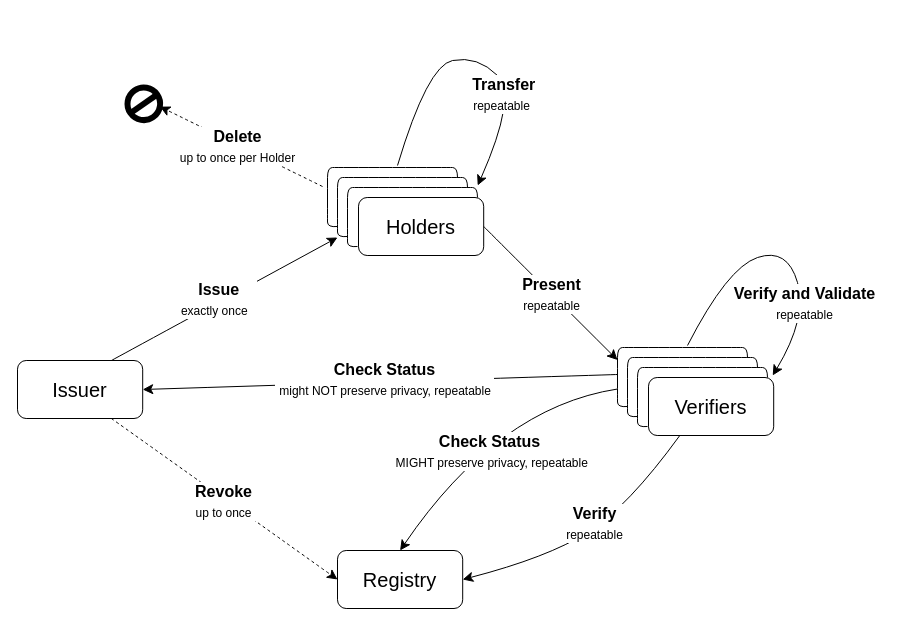
Earlier version of the draw.io diagram diagrams/ecosystemdetail.drawio (w3c/vc-overview). Source tidied: cells renumbered, new cells numbered last; positions are measured from the earlier drawing's top-left corner, leaving out a move shared by most shapes. Both pictures are drawn from the tidied source at 100%, with x=0, y=0 at pixel (17, 55).
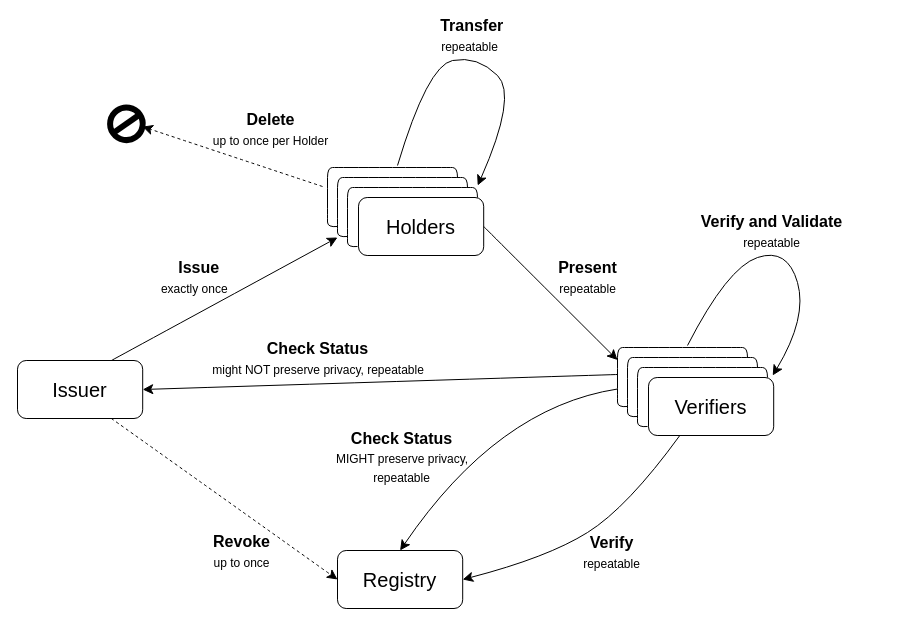
Above is the later version.

The change refers to these unchanged cells:
```xml
<mxCell id="4" style="endArrow=classic;html=1;rounded=0;fontSize=12;startSize=8;endSize=8;curved=1;exitX=0.75;exitY=0;exitDx=0;exitDy=0;labelBackgroundColor=none;fontColor=default;" parent="1" edge="1" source="2">
  <mxGeometry relative="1" as="geometry">
    <mxPoint x="320" y="182" as="targetPoint" />
  </mxGeometry>
</mxCell>
<mxCell id="6" style="endArrow=classic;html=1;rounded=0;fontSize=12;startSize=8;endSize=8;curved=1;exitX=1;exitY=0.5;exitDx=0;exitDy=0;entryX=0;entryY=0.25;entryDx=0;entryDy=0;labelBackgroundColor=none;fontColor=default;" parent="1" edge="1" source="27">
  <mxGeometry relative="1" as="geometry">
    <mxPoint x="600" y="304.5" as="targetPoint" />
  </mxGeometry>
</mxCell>
<mxCell id="8" style="endArrow=classic;html=1;rounded=0;fontSize=12;startSize=8;endSize=8;curved=1;entryX=1;entryY=0.5;entryDx=0;entryDy=0;exitX=0;exitY=0.5;exitDx=0;exitDy=0;labelBackgroundColor=none;fontColor=default;" parent="1" edge="1" target="2">
  <mxGeometry relative="1" as="geometry">
    <mxPoint x="600" y="319" as="sourcePoint" />
  </mxGeometry>
</mxCell>
<mxCell id="10" style="endArrow=classic;html=1;rounded=0;fontSize=12;startSize=8;endSize=8;curved=1;exitX=0.75;exitY=1;exitDx=0;exitDy=0;entryX=0;entryY=0.5;entryDx=0;entryDy=0;dashed=1;labelBackgroundColor=none;fontColor=default;" parent="1" edge="1" source="2" target="3">
  <mxGeometry relative="1" as="geometry" />
</mxCell>
<mxCell id="12" style="curved=1;endArrow=classic;html=1;rounded=0;fontSize=12;startSize=8;endSize=8;exitX=0;exitY=0.75;exitDx=0;exitDy=0;entryX=0.5;entryY=0;entryDx=0;entryDy=0;labelBackgroundColor=none;fontColor=default;" parent="1" edge="1" target="3">
  <mxGeometry relative="1" as="geometry">
    <mxPoint x="600" y="333.5" as="sourcePoint" />
    <Array as="points">
      <mxPoint x="480" y="352" />
    </Array>
  </mxGeometry>
</mxCell>
<mxCell id="14" style="curved=1;endArrow=classic;html=1;rounded=0;fontSize=12;startSize=8;endSize=8;exitX=0.25;exitY=1;exitDx=0;exitDy=0;entryX=1;entryY=0.5;entryDx=0;entryDy=0;labelBackgroundColor=none;fontColor=default;" parent="1" edge="1" source="22" target="3">
  <mxGeometry relative="1" as="geometry">
    <Array as="points">
      <mxPoint x="610" y="452" />
      <mxPoint x="530" y="502" />
    </Array>
  </mxGeometry>
</mxCell>
<mxCell id="17" style="endArrow=classic;html=1;rounded=0;fontSize=12;startSize=8;endSize=8;curved=1;entryX=1;entryY=1;entryDx=0;entryDy=0;exitX=0;exitY=0.5;exitDx=0;exitDy=0;targetPerimeterSpacing=-6;dashed=1;labelBackgroundColor=none;fontColor=default;" parent="1" edge="1" target="16">
  <mxGeometry relative="1" as="geometry">
    <mxPoint x="305" y="131" as="sourcePoint" />
  </mxGeometry>
</mxCell>
<mxCell id="19" style="curved=1;endArrow=classic;html=1;rounded=0;fontSize=12;startSize=8;endSize=8;entryX=1;entryY=0;entryDx=0;entryDy=0;labelBackgroundColor=none;fontColor=default;" parent="1" edge="1">
  <mxGeometry relative="1" as="geometry">
    <mxPoint x="380" y="110" as="sourcePoint" />
    <mxPoint x="460.2" y="130" as="targetPoint" />
    <Array as="points">
      <mxPoint x="410" y="10" />
      <mxPoint x="460" />
      <mxPoint x="500" y="40" />
    </Array>
  </mxGeometry>
</mxCell>
<mxCell id="31" style="curved=1;endArrow=classic;html=1;rounded=0;fontSize=12;startSize=8;endSize=8;entryX=1;entryY=0;entryDx=0;entryDy=0;labelBackgroundColor=none;fontColor=default;" parent="1" edge="1">
  <mxGeometry relative="1" as="geometry">
    <mxPoint x="670" y="290" as="sourcePoint" />
    <mxPoint x="755.2" y="320" as="targetPoint" />
    <Array as="points">
      <mxPoint x="710" y="212" />
      <mxPoint x="770" y="192" />
      <mxPoint x="790" y="262" />
    </Array>
  </mxGeometry>
</mxCell>
```

Diff of the diagram source:
```diff
@@
-    <mxCell id="5" value="&amp;nbsp;&lt;b&gt;Issue&lt;/b&gt;&lt;br&gt;&amp;nbsp;&lt;font style=&quot;font-size: 12px;&quot;&gt;exactly once&lt;/font&gt;&amp;nbsp;&amp;nbsp;" style="edgeLabel;html=1;align=center;verticalAlign=middle;fontSize=16;labelBackgroundColor=default;" parent="4" vertex="1">
-      <mxGeometry x="-0.06" y="4" relative="1" as="geometry" />
+    <mxCell id="5" value="&amp;nbsp;&lt;b&gt;Issue&lt;/b&gt;&lt;br&gt;&amp;nbsp;&lt;font style=&quot;font-size: 12px;&quot;&gt;exactly once&lt;/font&gt;&amp;nbsp;&amp;nbsp;" style="edgeLabel;html=1;align=center;verticalAlign=middle;fontSize=16;labelBackgroundColor=none;" parent="4" vertex="1">
+      <mxGeometry x="-0.06" y="4" relative="1" as="geometry">
+        <mxPoint x="-20" y="-22" as="offset" />
+      </mxGeometry>
     </mxCell>
@@
-    <mxCell id="7" value="&amp;nbsp;&lt;b&gt;Present&lt;/b&gt;&amp;nbsp;&lt;br&gt;&lt;font style=&quot;font-size: 12px;&quot;&gt;&amp;nbsp;repeatable&amp;nbsp;&lt;/font&gt;" style="edgeLabel;html=1;align=center;verticalAlign=middle;fontSize=16;labelBackgroundColor=default;" parent="6" vertex="1">
-      <mxGeometry x="0.01" relative="1" as="geometry" />
+    <mxCell id="7" value="&amp;nbsp;&lt;b&gt;Present&lt;/b&gt;&amp;nbsp;&lt;br&gt;&lt;font style=&quot;font-size: 12px;&quot;&gt;&amp;nbsp;repeatable&amp;nbsp;&lt;/font&gt;" style="edgeLabel;html=1;align=center;verticalAlign=middle;fontSize=16;labelBackgroundColor=none;" parent="6" vertex="1">
+      <mxGeometry x="0.01" relative="1" as="geometry">
+        <mxPoint x="36" y="-17" as="offset" />
+      </mxGeometry>
     </mxCell>
@@
-    <mxCell id="9" value="&lt;b&gt;&amp;nbsp;Check Status&amp;nbsp;&lt;br&gt;&lt;/b&gt;&amp;nbsp;&lt;font style=&quot;font-size: 12px;&quot;&gt;might NOT preserve privacy, repeatable&amp;nbsp;&lt;/font&gt;" style="edgeLabel;html=1;align=center;verticalAlign=middle;fontSize=16;labelBackgroundColor=default;" parent="8" vertex="1">
+    <mxCell id="9" value="&lt;b&gt;&amp;nbsp;Check Status&amp;nbsp;&lt;br&gt;&lt;/b&gt;&amp;nbsp;&lt;font style=&quot;font-size: 12px;&quot;&gt;might NOT preserve privacy, repeatable&amp;nbsp;&lt;/font&gt;" style="edgeLabel;html=1;align=center;verticalAlign=middle;fontSize=16;labelBackgroundColor=none;" parent="8" vertex="1">
       <mxGeometry x="-0.01" y="2" relative="1" as="geometry">
-        <mxPoint x="1" y="-5" as="offset" />
+        <mxPoint x="-66" y="-26" as="offset" />
       </mxGeometry>
     </mxCell>
@@
-    <mxCell id="11" value="&lt;b&gt;&amp;nbsp;Revoke&amp;nbsp;&lt;br&gt;&lt;/b&gt;&amp;nbsp;&lt;font style=&quot;font-size: 12px;&quot;&gt;up to once&lt;/font&gt;&amp;nbsp;" style="edgeLabel;html=1;align=center;verticalAlign=middle;fontSize=16;labelBackgroundColor=default;" parent="10" vertex="1">
-      <mxGeometry y="-2" relative="1" as="geometry" />
+    <mxCell id="11" value="&lt;b&gt;&amp;nbsp;Revoke&amp;nbsp;&lt;br&gt;&lt;/b&gt;&amp;nbsp;&lt;font style=&quot;font-size: 12px;&quot;&gt;up to once&lt;/font&gt;&amp;nbsp;" style="edgeLabel;html=1;align=center;verticalAlign=middle;fontSize=16;labelBackgroundColor=none;" parent="10" vertex="1">
+      <mxGeometry y="-2" relative="1" as="geometry">
+        <mxPoint x="18" y="50" as="offset" />
+      </mxGeometry>
     </mxCell>
@@
-    <mxCell id="13" value="&lt;b&gt;&amp;nbsp;Check Status&amp;nbsp;&lt;br&gt;&lt;/b&gt;&amp;nbsp;&lt;font style=&quot;font-size: 12px;&quot;&gt;MIGHT preserve privacy, repeatable&lt;/font&gt;" style="edgeLabel;html=1;align=center;verticalAlign=middle;fontSize=16;labelBackgroundColor=default;" parent="12" vertex="1">
+    <mxCell id="13" value="&lt;b&gt;&amp;nbsp;Check Status&amp;nbsp;&lt;br&gt;&lt;/b&gt;&amp;nbsp;&lt;font style=&quot;font-size: 12px;&quot;&gt;MIGHT preserve privacy,&amp;nbsp;&lt;/font&gt;&lt;div&gt;&lt;font style=&quot;font-size: 12px;&quot;&gt;repeatable&lt;/font&gt;&lt;/div&gt;" style="edgeLabel;html=1;align=center;verticalAlign=middle;fontSize=16;labelBackgroundColor=none;" parent="12" vertex="1">
       <mxGeometry x="0.1" y="18" relative="1" as="geometry">
-        <mxPoint x="-1" as="offset" />
+        <mxPoint x="-89" y="6" as="offset" />
       </mxGeometry>
     </mxCell>
@@
-    <mxCell id="15" value="&lt;b&gt;&amp;nbsp;Verify&amp;nbsp;&lt;br&gt;&lt;/b&gt;&amp;nbsp;&lt;font style=&quot;font-size: 12px;&quot;&gt;repeatable&lt;/font&gt;&amp;nbsp;" style="edgeLabel;html=1;align=center;verticalAlign=middle;fontSize=16;labelBackgroundColor=default;" parent="14" vertex="1">
+    <mxCell id="15" value="&lt;b&gt;&amp;nbsp;Verify&amp;nbsp;&lt;br&gt;&lt;/b&gt;&amp;nbsp;&lt;font style=&quot;font-size: 12px;&quot;&gt;repeatable&lt;/font&gt;&amp;nbsp;" style="edgeLabel;html=1;align=center;verticalAlign=middle;fontSize=16;labelBackgroundColor=none;" parent="14" vertex="1">
       <mxGeometry x="-0.02" y="-16" relative="1" as="geometry">
-        <mxPoint x="12" y="6" as="offset" />
+        <mxPoint x="29" y="35" as="offset" />
       </mxGeometry>
     </mxCell>
     <mxCell id="16" style="shape=lineEllipse;perimeter=ellipsePerimeter;whiteSpace=wrap;html=1;backgroundOutline=1;fontSize=16;rotation=-35;strokeWidth=6;fillColor=none;labelBackgroundColor=none;" parent="1" vertex="1">
-      <mxGeometry x="110" y="32" width="32.6" height="32.6" as="geometry" />
+      <mxGeometry x="92.6" y="52" width="32.6" height="32.6" as="geometry" />
     </mxCell>
@@
-    <mxCell id="18" value="&amp;nbsp;&lt;b&gt;Delete&lt;/b&gt;&amp;nbsp;&lt;br&gt;&amp;nbsp;&lt;font style=&quot;font-size: 12px;&quot;&gt;up to once per Holder&lt;/font&gt;&amp;nbsp;" style="edgeLabel;html=1;align=center;verticalAlign=middle;fontSize=16;labelBackgroundColor=default;" parent="17" vertex="1">
-      <mxGeometry x="0.05" y="1" relative="1" as="geometry" />
+    <mxCell id="18" value="&amp;nbsp;&lt;b&gt;Delete&lt;/b&gt;&amp;nbsp;&lt;br&gt;&amp;nbsp;&lt;font style=&quot;font-size: 12px;&quot;&gt;up to once per Holder&lt;/font&gt;&amp;nbsp;" style="edgeLabel;html=1;align=center;verticalAlign=middle;fontSize=16;labelBackgroundColor=none;" parent="17" vertex="1">
+      <mxGeometry x="0.05" y="1" relative="1" as="geometry">
+        <mxPoint x="43" y="-27" as="offset" />
+      </mxGeometry>
     </mxCell>
@@
-    <mxCell id="20" value="&amp;nbsp;&lt;b&gt;Transfer&lt;/b&gt;&lt;br&gt;&amp;nbsp;&lt;font style=&quot;font-size: 12px;&quot;&gt;repeatable&lt;/font&gt;&amp;nbsp;" style="edgeLabel;html=1;align=center;verticalAlign=middle;fontSize=16;labelBackgroundColor=default;" parent="19" vertex="1">
+    <mxCell id="20" value="&amp;nbsp;&lt;b&gt;Transfer&lt;/b&gt;&lt;br&gt;&amp;nbsp;&lt;font style=&quot;font-size: 12px;&quot;&gt;repeatable&lt;/font&gt;&amp;nbsp;" style="edgeLabel;html=1;align=center;verticalAlign=middle;fontSize=16;labelBackgroundColor=none;" parent="19" vertex="1">
       <mxGeometry x="0.34" y="-1" relative="1" as="geometry">
-        <mxPoint x="-13" y="1" as="offset" />
+        <mxPoint x="-45" y="-58" as="offset" />
       </mxGeometry>
     </mxCell>
@@
-    <mxCell id="32" value="&lt;b&gt;&amp;nbsp;Verify and Validate&amp;nbsp;&lt;br&gt;&lt;/b&gt;&lt;font style=&quot;font-size: 12px;&quot;&gt;&amp;nbsp;repeatable&amp;nbsp;&lt;/font&gt;" style="edgeLabel;html=1;align=center;verticalAlign=middle;fontSize=16;labelBackgroundColor=default;" parent="31" vertex="1">
+    <mxCell id="32" value="&lt;b&gt;&amp;nbsp;Verify and Validate&amp;nbsp;&lt;br&gt;&lt;/b&gt;&lt;font style=&quot;font-size: 12px;&quot;&gt;&amp;nbsp;repeatable&amp;nbsp;&lt;/font&gt;" style="edgeLabel;html=1;align=center;verticalAlign=middle;fontSize=16;labelBackgroundColor=none;" parent="31" vertex="1">
       <mxGeometry x="0.3" y="-2" relative="1" as="geometry">
-        <mxPoint x="8" y="18" as="offset" />
+        <mxPoint x="-25" y="-54" as="offset" />
       </mxGeometry>
     </mxCell>
```
